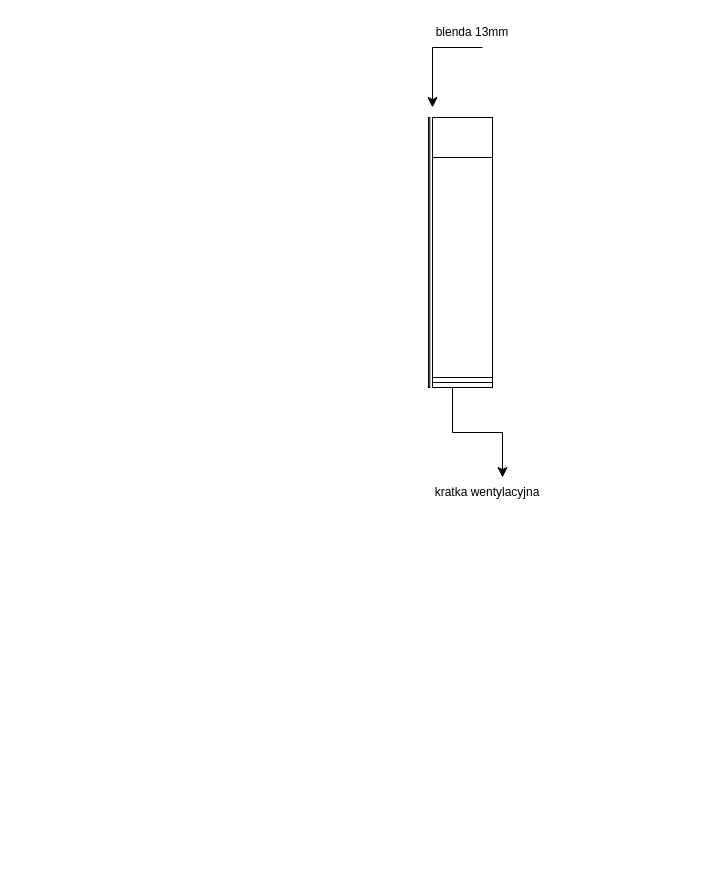
kingasledz/cookie-clicker keeps this draw.io diagram as kuchnia3.drawio. Above is the earlier version. Source tidied: cells renumbered, new cells numbered last; positions are measured from the earlier drawing's top-left corner, leaving out a move shared by most shapes. Both pictures are drawn from the tidied source at 100%, with x=0, y=0 at pixel (422, 17).
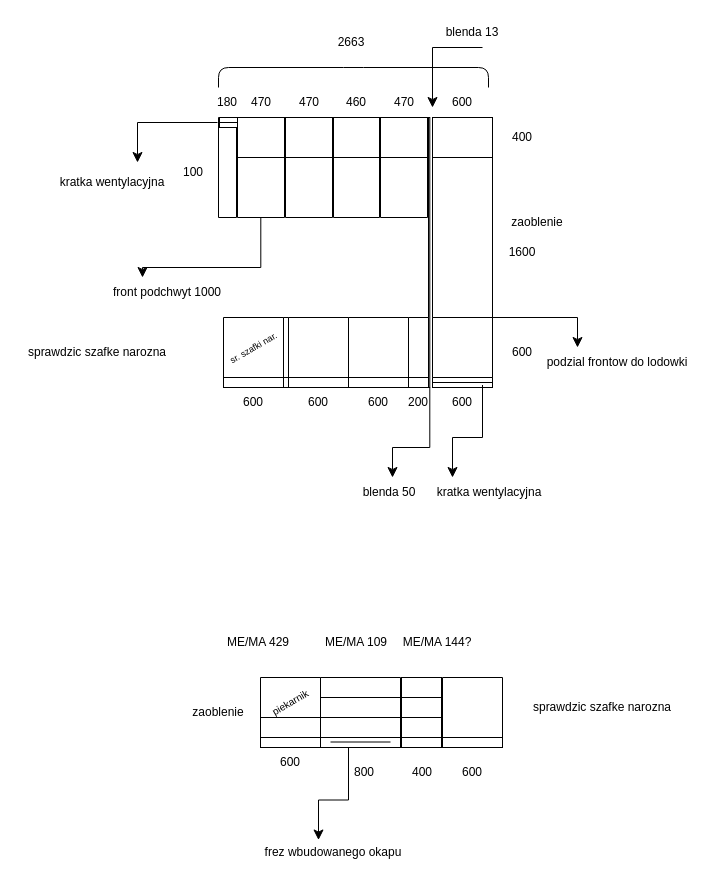
After the change.

The edit, as a diff of the source:
```diff
@@
-    <mxCell id="8" value="blenda 13mm" style="text;html=1;whiteSpace=wrap;strokeColor=none;fillColor=none;align=center;verticalAlign=middle;rounded=0;" parent="1" vertex="1">
-      <mxGeometry width="100" height="30" as="geometry" />
+    <mxCell id="8" value="blenda 13" style="text;html=1;whiteSpace=wrap;strokeColor=none;fillColor=none;align=center;verticalAlign=middle;rounded=0;" parent="1" vertex="1">
+      <mxGeometry x="10" width="80" height="30" as="geometry" />
     </mxCell>
-    <mxCell id="9" style="edgeStyle=elbowEdgeStyle;elbow=vertical;endArrow=classic;html=1;curved=0;rounded=0;endSize=8;startSize=8;defaultLabelBackgroundColor=page;" parent="1" edge="1">
-      <mxGeometry relative="1" as="geometry">
-        <mxPoint x="30" y="370" as="sourcePoint" />
-        <mxPoint x="80" y="460" as="targetPoint" />
+    <mxCell id="9" style="edgeStyle=elbowEdgeStyle;elbow=vertical;endArrow=classic;html=1;curved=0;rounded=0;endSize=8;startSize=8;defaultLabelBackgroundColor=page;exitX=1;exitY=0.25;exitDx=0;exitDy=0;" parent="1" edge="1">
+      <mxGeometry x="0.62" relative="1" as="geometry">
+        <mxPoint x="60" y="367.5" as="sourcePoint" />
+        <mxPoint x="30" y="460" as="targetPoint" />
+        <Array as="points">
+          <mxPoint x="50" y="420" />
+        </Array>
       </mxGeometry>
     </mxCell>
     <mxCell id="10" value="kratka wentylacyjna" style="text;html=1;whiteSpace=wrap;strokeColor=none;fillColor=none;align=center;verticalAlign=middle;rounded=0;" parent="1" vertex="1">
-      <mxGeometry y="460" width="130" height="30" as="geometry" />
+      <mxGeometry x="1.5" y="460" width="130" height="30" as="geometry" />
     </mxCell>
+    <mxCell id="11" style="verticalLabelPosition=bottom;verticalAlign=top;html=1;shape=mxgraph.basic.rect;fillColor2=none;strokeWidth=1;size=20;indent=5;labelPerimeter=1;" parent="1" vertex="1">
+      <mxGeometry x="-14" y="300" width="20" height="60" as="geometry" />
+    </mxCell>
+    <mxCell id="12" style="verticalLabelPosition=bottom;verticalAlign=top;html=1;shape=mxgraph.basic.rect;fillColor2=none;strokeWidth=1;size=20;indent=5;labelPerimeter=1;" parent="1" vertex="1">
+      <mxGeometry x="-74" y="300" width="60" height="60" as="geometry" />
+    </mxCell>
+    <mxCell id="13" style="verticalLabelPosition=bottom;verticalAlign=top;html=1;shape=mxgraph.basic.rect;fillColor2=none;strokeWidth=1;size=20;indent=5;labelPerimeter=1;" parent="1" vertex="1">
+      <mxGeometry x="-134" y="300" width="60" height="60" as="geometry" />
+    </mxCell>
+    <mxCell id="14" style="rounded=0;whiteSpace=wrap;html=1;" parent="1" vertex="1">
+      <mxGeometry x="-134" y="360" width="60" height="10" as="geometry" />
+    </mxCell>
+    <mxCell id="15" style="rounded=0;whiteSpace=wrap;html=1;" parent="1" vertex="1">
+      <mxGeometry x="-74" y="360" width="60" height="10" as="geometry" />
+    </mxCell>
+    <mxCell id="16" style="rounded=0;whiteSpace=wrap;html=1;" parent="1" vertex="1">
+      <mxGeometry x="-14" y="360" width="20" height="10" as="geometry" />
+    </mxCell>
+    <mxCell id="17" style="verticalLabelPosition=bottom;verticalAlign=top;html=1;shape=mxgraph.basic.rect;fillColor2=none;strokeWidth=1;size=20;indent=5;labelPerimeter=1;" parent="1" vertex="1">
+      <mxGeometry x="-42" y="140" width="47" height="60" as="geometry" />
+    </mxCell>
+    <mxCell id="18" style="verticalLabelPosition=bottom;verticalAlign=top;html=1;shape=mxgraph.basic.rect;fillColor2=none;strokeWidth=1;size=20;indent=5;labelPerimeter=1;" parent="1" vertex="1">
+      <mxGeometry x="-137" y="140" width="47" height="60" as="geometry" />
+    </mxCell>
+    <mxCell id="19" style="verticalLabelPosition=bottom;verticalAlign=top;html=1;shape=mxgraph.basic.rect;fillColor2=none;strokeWidth=1;size=20;indent=5;labelPerimeter=1;" parent="1" vertex="1">
+      <mxGeometry x="-89" y="140" width="46" height="60" as="geometry" />
+    </mxCell>
+    <mxCell id="20" style="verticalLabelPosition=bottom;verticalAlign=top;html=1;shape=mxgraph.basic.rect;fillColor2=none;strokeWidth=1;size=20;indent=5;labelPerimeter=1;" parent="1" vertex="1">
+      <mxGeometry x="-139" y="300" width="5" height="60" as="geometry" />
+    </mxCell>
+    <mxCell id="21" style="rounded=0;whiteSpace=wrap;html=1;" parent="1" vertex="1">
+      <mxGeometry x="-139" y="360" width="5" height="10" as="geometry" />
+    </mxCell>
+    <mxCell id="22" style="edgeStyle=elbowEdgeStyle;elbow=vertical;endArrow=classic;html=1;curved=0;rounded=0;endSize=8;startSize=8;defaultLabelBackgroundColor=page;" parent="1" edge="1">
+      <mxGeometry relative="1" as="geometry">
+        <mxPoint x="7.3" y="370" as="sourcePoint" />
+        <mxPoint x="-30" y="460" as="targetPoint" />
+        <Array as="points">
+          <mxPoint x="40" y="430" />
+        </Array>
+      </mxGeometry>
+    </mxCell>
+    <mxCell id="23" value="blenda 50" style="text;html=1;whiteSpace=wrap;strokeColor=none;fillColor=none;align=center;verticalAlign=middle;rounded=0;" parent="1" vertex="1">
+      <mxGeometry x="-72.7" y="460" width="80" height="30" as="geometry" />
+    </mxCell>
+    <mxCell id="24" style="rounded=0;whiteSpace=wrap;html=1;" parent="1" vertex="1">
+      <mxGeometry x="-42" y="100" width="47" height="40" as="geometry" />
+    </mxCell>
+    <mxCell id="25" style="rounded=0;whiteSpace=wrap;html=1;" parent="1" vertex="1">
+      <mxGeometry x="-137" y="100" width="47" height="40" as="geometry" />
+    </mxCell>
+    <mxCell id="26" style="rounded=0;whiteSpace=wrap;html=1;" parent="1" vertex="1">
+      <mxGeometry x="-89" y="100" width="46" height="40" as="geometry" />
+    </mxCell>
+    <mxCell id="27" style="verticalLabelPosition=bottom;verticalAlign=top;html=1;shape=mxgraph.basic.rect;fillColor2=none;strokeWidth=1;size=20;indent=5;labelPerimeter=1;" parent="1" vertex="1">
+      <mxGeometry x="-199" y="300" width="60" height="60" as="geometry" />
+    </mxCell>
+    <mxCell id="28" style="rounded=0;whiteSpace=wrap;html=1;" parent="1" vertex="1">
+      <mxGeometry x="-199" y="360" width="60" height="10" as="geometry" />
+    </mxCell>
+    <mxCell id="29" value="&lt;font style=&quot;font-size: 9px;&quot;&gt;sr. szafki nar.&lt;/font&gt;" style="text;html=1;whiteSpace=wrap;strokeColor=none;fillColor=none;align=center;verticalAlign=middle;rounded=0;rotation=-30;" parent="1" vertex="1">
+      <mxGeometry x="-209" y="315" width="80" height="30" as="geometry" />
+    </mxCell>
+    <mxCell id="30" style="verticalLabelPosition=bottom;verticalAlign=top;html=1;shape=mxgraph.basic.rect;fillColor2=none;strokeWidth=1;size=20;indent=5;labelPerimeter=1;" parent="1" vertex="1">
+      <mxGeometry x="-185" y="140" width="47" height="60" as="geometry" />
+    </mxCell>
+    <mxCell id="31" style="rounded=0;whiteSpace=wrap;html=1;" parent="1" vertex="1">
+      <mxGeometry x="-185" y="100" width="47" height="40" as="geometry" />
+    </mxCell>
+    <mxCell id="32" value="460" style="text;html=1;whiteSpace=wrap;strokeColor=none;fillColor=none;align=center;verticalAlign=middle;rounded=0;" parent="1" vertex="1">
+      <mxGeometry x="-86" y="70" width="40" height="30" as="geometry" />
+    </mxCell>
+    <mxCell id="33" value="470" style="text;html=1;whiteSpace=wrap;strokeColor=none;fillColor=none;align=center;verticalAlign=middle;rounded=0;" parent="1" vertex="1">
+      <mxGeometry x="-181.5" y="70" width="40" height="30" as="geometry" />
+    </mxCell>
+    <mxCell id="34" value="470" style="text;html=1;whiteSpace=wrap;strokeColor=none;fillColor=none;align=center;verticalAlign=middle;rounded=0;" parent="1" vertex="1">
+      <mxGeometry x="-133.5" y="70" width="40" height="30" as="geometry" />
+    </mxCell>
+    <mxCell id="35" value="470" style="text;html=1;whiteSpace=wrap;strokeColor=none;fillColor=none;align=center;verticalAlign=middle;rounded=0;" parent="1" vertex="1">
+      <mxGeometry x="-38.5" y="70" width="40" height="30" as="geometry" />
+    </mxCell>
+    <mxCell id="36" value="600" style="text;html=1;whiteSpace=wrap;strokeColor=none;fillColor=none;align=center;verticalAlign=middle;rounded=0;" parent="1" vertex="1">
+      <mxGeometry x="20" y="70" width="40" height="30" as="geometry" />
+    </mxCell>
+    <mxCell id="37" value="600" style="text;html=1;whiteSpace=wrap;strokeColor=none;fillColor=none;align=center;verticalAlign=middle;rounded=0;" parent="1" vertex="1">
+      <mxGeometry x="-189" y="370" width="40" height="30" as="geometry" />
+    </mxCell>
+    <mxCell id="38" value="600" style="text;html=1;whiteSpace=wrap;strokeColor=none;fillColor=none;align=center;verticalAlign=middle;rounded=0;" parent="1" vertex="1">
+      <mxGeometry x="-124" y="370" width="40" height="30" as="geometry" />
+    </mxCell>
+    <mxCell id="39" value="600" style="text;html=1;whiteSpace=wrap;strokeColor=none;fillColor=none;align=center;verticalAlign=middle;rounded=0;" parent="1" vertex="1">
+      <mxGeometry x="-64" y="370" width="40" height="30" as="geometry" />
+    </mxCell>
+    <mxCell id="40" value="200" style="text;html=1;whiteSpace=wrap;strokeColor=none;fillColor=none;align=center;verticalAlign=middle;rounded=0;" parent="1" vertex="1">
+      <mxGeometry x="-24" y="370" width="40" height="30" as="geometry" />
+    </mxCell>
+    <mxCell id="41" value="600" style="text;html=1;whiteSpace=wrap;strokeColor=none;fillColor=none;align=center;verticalAlign=middle;rounded=0;" parent="1" vertex="1">
+      <mxGeometry x="20" y="370" width="40" height="30" as="geometry" />
+    </mxCell>
+    <mxCell id="42" value="400" style="text;html=1;whiteSpace=wrap;strokeColor=none;fillColor=none;align=center;verticalAlign=middle;rounded=0;" parent="1" vertex="1">
+      <mxGeometry x="80" y="105" width="40" height="30" as="geometry" />
+    </mxCell>
+    <mxCell id="43" style="verticalLabelPosition=bottom;verticalAlign=top;html=1;shape=mxgraph.basic.rect;fillColor2=none;strokeWidth=1;size=20;indent=5;labelPerimeter=1;" parent="1" vertex="1">
+      <mxGeometry x="10" y="300" width="60" height="60" as="geometry" />
+    </mxCell>
+    <mxCell id="44" value="600" style="text;html=1;whiteSpace=wrap;strokeColor=none;fillColor=none;align=center;verticalAlign=middle;rounded=0;" parent="1" vertex="1">
+      <mxGeometry x="80" y="320" width="40" height="30" as="geometry" />
+    </mxCell>
+    <mxCell id="45" value="1600" style="text;html=1;whiteSpace=wrap;strokeColor=none;fillColor=none;align=center;verticalAlign=middle;rounded=0;" parent="1" vertex="1">
+      <mxGeometry x="75" y="220" width="50" height="30" as="geometry" />
+    </mxCell>
+    <mxCell id="46" value="2663" style="text;html=1;whiteSpace=wrap;strokeColor=none;fillColor=none;align=center;verticalAlign=middle;rounded=0;" parent="1" vertex="1">
+      <mxGeometry x="-96" y="10" width="50" height="30" as="geometry" />
+    </mxCell>
+    <mxCell id="47" style="shape=curlyBracket;whiteSpace=wrap;html=1;rounded=1;labelPosition=left;verticalLabelPosition=middle;align=right;verticalAlign=middle;labelPerimeter=1;rotation=90;size=0;" parent="1" vertex="1">
+      <mxGeometry x="-79" y="-75" width="20" height="270" as="geometry" />
+    </mxCell>
+    <mxCell id="48" style="verticalLabelPosition=bottom;verticalAlign=top;html=1;shape=mxgraph.basic.rect;fillColor2=none;strokeWidth=1;size=20;indent=5;labelPerimeter=1;" parent="1" vertex="1">
+      <mxGeometry x="-204" y="100" width="18" height="100" as="geometry" />
+    </mxCell>
+    <mxCell id="49" value="180" style="text;html=1;whiteSpace=wrap;strokeColor=none;fillColor=none;align=center;verticalAlign=middle;rounded=0;" parent="1" vertex="1">
+      <mxGeometry x="-215" y="70" width="40" height="30" as="geometry" />
+    </mxCell>
+    <mxCell id="50" value="100" style="text;html=1;whiteSpace=wrap;strokeColor=none;fillColor=none;align=center;verticalAlign=middle;rounded=0;" parent="1" vertex="1">
+      <mxGeometry x="-249" y="140" width="40" height="30" as="geometry" />
+    </mxCell>
+    <mxCell id="51" style="rounded=0;whiteSpace=wrap;html=1;" parent="1" vertex="1">
+      <mxGeometry x="-203" y="100" width="18" height="10" as="geometry" />
+    </mxCell>
+    <mxCell id="52" style="rounded=0;whiteSpace=wrap;html=1;" parent="1" vertex="1">
+      <mxGeometry x="-203" y="100" width="18" height="5" as="geometry" />
+    </mxCell>
+    <mxCell id="53" style="edgeStyle=elbowEdgeStyle;elbow=vertical;endArrow=classic;html=1;curved=0;rounded=0;endSize=8;startSize=8;defaultLabelBackgroundColor=page;" parent="1" edge="1">
+      <mxGeometry x="0.61" relative="1" as="geometry">
+        <mxPoint x="-205" y="105" as="sourcePoint" />
+        <mxPoint x="-285" y="145" as="targetPoint" />
+        <Array as="points">
+          <mxPoint x="-235" y="105" />
+        </Array>
+      </mxGeometry>
+    </mxCell>
+    <mxCell id="54" value="kratka wentylacyjna" style="text;html=1;whiteSpace=wrap;strokeColor=none;fillColor=none;align=center;verticalAlign=middle;rounded=0;" parent="1" vertex="1">
+      <mxGeometry x="-375" y="150" width="130" height="30" as="geometry" />
+    </mxCell>
+    <mxCell id="55" style="edgeStyle=elbowEdgeStyle;elbow=vertical;endArrow=classic;html=1;curved=0;rounded=0;endSize=8;startSize=8;defaultLabelBackgroundColor=page;" parent="1" edge="1">
+      <mxGeometry x="-0.48" relative="1" as="geometry">
+        <mxPoint x="70" y="300" as="sourcePoint" />
+        <mxPoint x="155" y="330" as="targetPoint" />
+        <Array as="points">
+          <mxPoint x="135" y="300" />
+        </Array>
+      </mxGeometry>
+    </mxCell>
+    <mxCell id="56" value="podzial frontow do lodowki" style="text;html=1;whiteSpace=wrap;strokeColor=none;fillColor=none;align=center;verticalAlign=middle;rounded=0;" parent="1" vertex="1">
+      <mxGeometry x="115" y="330" width="160" height="30" as="geometry" />
+    </mxCell>
+    <mxCell id="57" value="sprawdzic szafke narozna" style="text;html=1;whiteSpace=wrap;strokeColor=none;fillColor=none;align=center;verticalAlign=middle;rounded=0;" parent="1" vertex="1">
+      <mxGeometry x="-405" y="320" width="160" height="30" as="geometry" />
+    </mxCell>
+    <mxCell id="58" style="verticalLabelPosition=bottom;verticalAlign=top;html=1;shape=mxgraph.basic.rect;fillColor2=none;strokeWidth=1;size=20;indent=5;labelPerimeter=1;" parent="1" vertex="1">
+      <mxGeometry x="20" y="660" width="60" height="60" as="geometry" />
+    </mxCell>
+    <mxCell id="59" style="rounded=0;whiteSpace=wrap;html=1;" parent="1" vertex="1">
+      <mxGeometry x="20" y="720" width="60" height="10" as="geometry" />
+    </mxCell>
+    <mxCell id="60" value="600" style="text;html=1;whiteSpace=wrap;strokeColor=none;fillColor=none;align=center;verticalAlign=middle;rounded=0;" parent="1" vertex="1">
+      <mxGeometry x="30" y="740" width="40" height="30" as="geometry" />
+    </mxCell>
+    <mxCell id="61" value="sprawdzic szafke narozna" style="text;html=1;whiteSpace=wrap;strokeColor=none;fillColor=none;align=center;verticalAlign=middle;rounded=0;" parent="1" vertex="1">
+      <mxGeometry x="100" y="675" width="160" height="30" as="geometry" />
+    </mxCell>
+    <mxCell id="62" style="verticalLabelPosition=bottom;verticalAlign=top;html=1;shape=mxgraph.basic.rect;fillColor2=none;strokeWidth=1;size=20;indent=5;labelPerimeter=1;" parent="1" vertex="1">
+      <mxGeometry x="-21" y="660" width="40" height="60" as="geometry" />
+    </mxCell>
+    <mxCell id="63" style="rounded=0;whiteSpace=wrap;html=1;" parent="1" vertex="1">
+      <mxGeometry x="-21" y="720" width="40" height="10" as="geometry" />
+    </mxCell>
+    <mxCell id="64" style="rounded=0;whiteSpace=wrap;html=1;" parent="1" vertex="1">
+      <mxGeometry x="-21" y="660" width="40" height="20" as="geometry" />
+    </mxCell>
+    <mxCell id="65" style="rounded=0;whiteSpace=wrap;html=1;" parent="1" vertex="1">
+      <mxGeometry x="-21" y="680" width="40" height="20" as="geometry" />
+    </mxCell>
+    <mxCell id="66" value="ME/MA 144?" style="text;html=1;whiteSpace=wrap;strokeColor=none;fillColor=none;align=center;verticalAlign=middle;rounded=0;" parent="1" vertex="1">
+      <mxGeometry x="-30" y="610" width="90" height="30" as="geometry" />
+    </mxCell>
+    <mxCell id="67" style="verticalLabelPosition=bottom;verticalAlign=top;html=1;shape=mxgraph.basic.rect;fillColor2=none;strokeWidth=1;size=20;indent=5;labelPerimeter=1;" parent="1" vertex="1">
+      <mxGeometry x="-102" y="660" width="80" height="60" as="geometry" />
+    </mxCell>
+    <mxCell id="68" value="400" style="text;html=1;whiteSpace=wrap;strokeColor=none;fillColor=none;align=center;verticalAlign=middle;rounded=0;" parent="1" vertex="1">
+      <mxGeometry x="-20" y="740" width="40" height="30" as="geometry" />
+    </mxCell>
+    <mxCell id="69" value="800" style="text;html=1;whiteSpace=wrap;strokeColor=none;fillColor=none;align=center;verticalAlign=middle;rounded=0;" parent="1" vertex="1">
+      <mxGeometry x="-78.5" y="740" width="40" height="30" as="geometry" />
+    </mxCell>
+    <mxCell id="70" style="rounded=0;whiteSpace=wrap;html=1;" parent="1" vertex="1">
+      <mxGeometry x="-102" y="720" width="80" height="10" as="geometry" />
+    </mxCell>
+    <mxCell id="71" style="endArrow=none;html=1;rounded=0;defaultLabelBackgroundColor=page;entryX=1;entryY=0.5;entryDx=0;entryDy=0;exitX=0;exitY=0.5;exitDx=0;exitDy=0;" parent="1" edge="1">
+      <mxGeometry relative="1" as="geometry">
+        <mxPoint x="-92" y="724.5" as="sourcePoint" />
+        <mxPoint x="-32" y="724.5" as="targetPoint" />
+      </mxGeometry>
+    </mxCell>
+    <mxCell id="72" style="edgeStyle=elbowEdgeStyle;elbow=vertical;endArrow=classic;html=1;curved=0;rounded=0;endSize=8;startSize=8;defaultLabelBackgroundColor=page;exitX=1;exitY=0.25;exitDx=0;exitDy=0;" parent="1" edge="1">
+      <mxGeometry x="0.62" relative="1" as="geometry">
+        <mxPoint x="-74" y="730" as="sourcePoint" />
+        <mxPoint x="-104" y="822.5" as="targetPoint" />
+        <Array as="points">
+          <mxPoint x="-84" y="782.5" />
+        </Array>
+      </mxGeometry>
+    </mxCell>
+    <mxCell id="73" value="frez wbudowanego okapu" style="text;html=1;whiteSpace=wrap;strokeColor=none;fillColor=none;align=center;verticalAlign=middle;rounded=0;" parent="1" vertex="1">
+      <mxGeometry x="-169" y="820" width="160" height="30" as="geometry" />
+    </mxCell>
+    <mxCell id="74" style="rounded=0;whiteSpace=wrap;html=1;" parent="1" vertex="1">
+      <mxGeometry x="-102" y="680" width="80" height="20" as="geometry" />
+    </mxCell>
+    <mxCell id="75" value="ME/MA 109" style="text;html=1;whiteSpace=wrap;strokeColor=none;fillColor=none;align=center;verticalAlign=middle;rounded=0;" parent="1" vertex="1">
+      <mxGeometry x="-111" y="610" width="90" height="30" as="geometry" />
+    </mxCell>
+    <mxCell id="76" value="ME/MA 429" style="text;html=1;whiteSpace=wrap;strokeColor=none;fillColor=none;align=center;verticalAlign=middle;rounded=0;" parent="1" vertex="1">
+      <mxGeometry x="-209" y="610" width="90" height="30" as="geometry" />
+    </mxCell>
+    <mxCell id="77" style="verticalLabelPosition=bottom;verticalAlign=top;html=1;shape=mxgraph.basic.rect;fillColor2=none;strokeWidth=1;size=20;indent=5;labelPerimeter=1;" parent="1" vertex="1">
+      <mxGeometry x="-162" y="660" width="60" height="60" as="geometry" />
+    </mxCell>
+    <mxCell id="78" style="rounded=0;whiteSpace=wrap;html=1;" parent="1" vertex="1">
+      <mxGeometry x="-162" y="720" width="60" height="10" as="geometry" />
+    </mxCell>
+    <mxCell id="79" value="600" style="text;html=1;whiteSpace=wrap;strokeColor=none;fillColor=none;align=center;verticalAlign=middle;rounded=0;" parent="1" vertex="1">
+      <mxGeometry x="-152" y="730" width="40" height="30" as="geometry" />
+    </mxCell>
+    <mxCell id="80" style="rounded=0;whiteSpace=wrap;html=1;" parent="1" vertex="1">
+      <mxGeometry x="-162" y="700" width="60" height="20" as="geometry" />
+    </mxCell>
+    <mxCell id="81" value="&lt;font style=&quot;font-size: 10px;&quot;&gt;piekarnik&lt;/font&gt;" style="text;html=1;whiteSpace=wrap;strokeColor=none;fillColor=none;align=center;verticalAlign=middle;rounded=0;rotation=-30;" parent="1" vertex="1">
+      <mxGeometry x="-162" y="670" width="60" height="30" as="geometry" />
+    </mxCell>
+    <mxCell id="82" value="zaoblenie" style="text;html=1;whiteSpace=wrap;strokeColor=none;fillColor=none;align=center;verticalAlign=middle;rounded=0;" parent="1" vertex="1">
+      <mxGeometry x="-239" y="680" width="70" height="30" as="geometry" />
+    </mxCell>
+    <mxCell id="83" value="zaoblenie" style="text;html=1;whiteSpace=wrap;strokeColor=none;fillColor=none;align=center;verticalAlign=middle;rounded=0;" parent="1" vertex="1">
+      <mxGeometry x="80" y="190" width="70" height="30" as="geometry" />
+    </mxCell>
+    <mxCell id="84" style="edgeStyle=elbowEdgeStyle;elbow=vertical;endArrow=classic;html=1;curved=0;rounded=0;endSize=8;startSize=8;defaultLabelBackgroundColor=page;" parent="1" edge="1">
+      <mxGeometry x="-0.28" relative="1" as="geometry">
+        <mxPoint x="-161.7" y="200" as="sourcePoint" />
+        <mxPoint x="-280" y="260" as="targetPoint" />
+        <Array as="points">
+          <mxPoint x="-270" y="250" />
+        </Array>
+      </mxGeometry>
+    </mxCell>
+    <mxCell id="85" value="front podchwyt 1000" style="text;html=1;whiteSpace=wrap;strokeColor=none;fillColor=none;align=center;verticalAlign=middle;rounded=0;" parent="1" vertex="1">
+      <mxGeometry x="-320" y="260" width="130" height="30" as="geometry" />
+    </mxCell>
```
